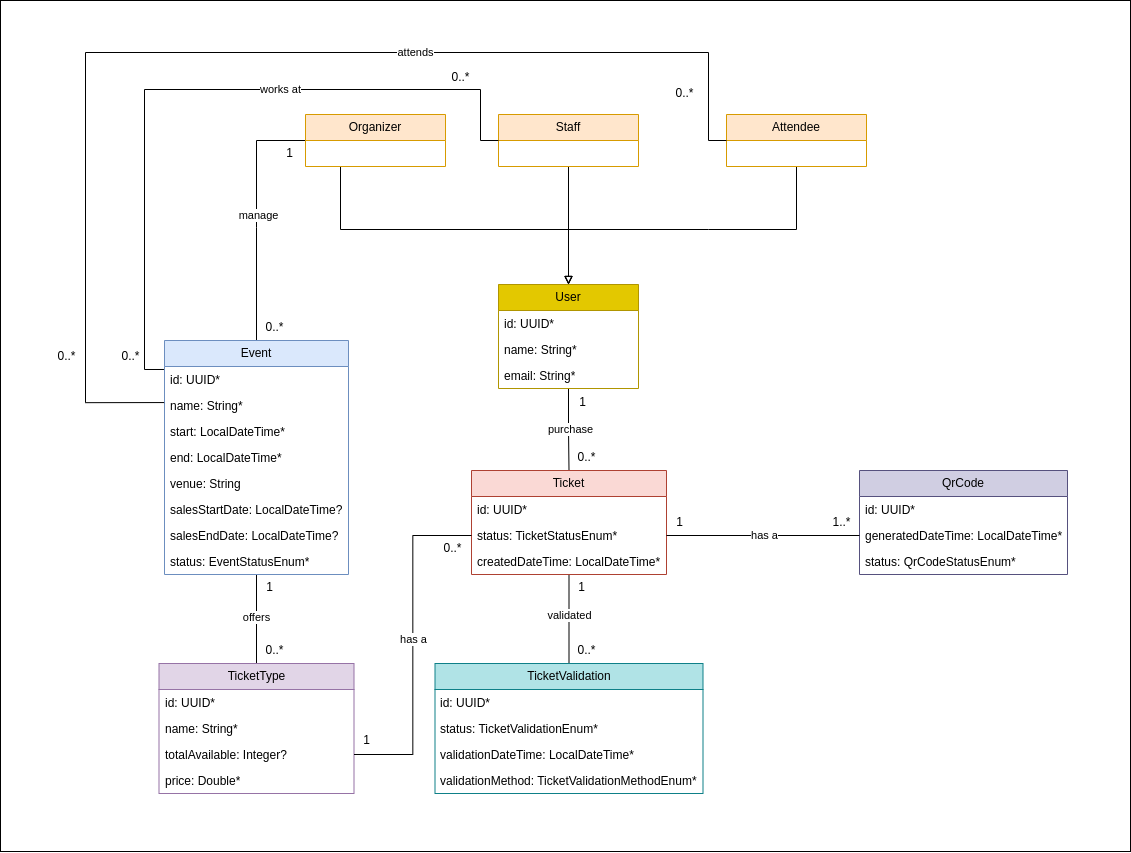
Earlier version of the draw.io export docs/images/class-diagram.png (RaidThabet/event-ticket-platform-backend). Source tidied: cells renumbered, new cells last; positions are measured from the earlier drawing's top-left corner, leaving out a move shared by most shapes.
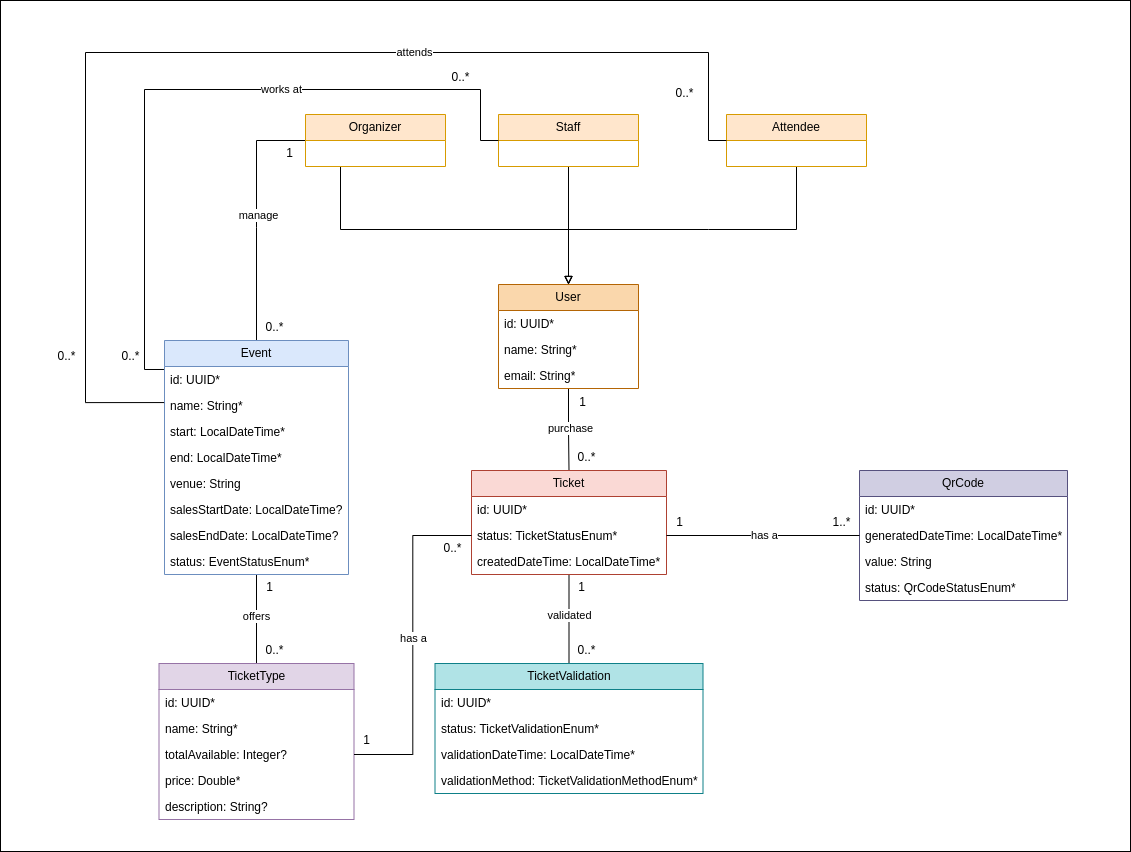
Above is the later version.

Commit message:
docs: add 'description' attribute to TicketType in the class diagram

Change to the diagram source:
```diff
@@ -2,13 +2,16 @@
   <root>
     <mxCell id="0" />
     <mxCell id="1" parent="0" />
+    <mxCell id="71" style="rounded=0;whiteSpace=wrap;html=1;fillColor=none;" parent="1" vertex="1">
+      <mxGeometry width="1130" height="851" as="geometry" />
+    </mxCell>
     <mxCell id="2" style="edgeStyle=orthogonalEdgeStyle;rounded=0;jettySize=auto;html=1;entryX=0.5;entryY=0;entryDx=0;entryDy=0;endArrow=none;startFill=0;" parent="1" edge="1" source="4" target="39">
       <mxGeometry relative="1" as="geometry" />
     </mxCell>
     <mxCell id="3" value="purchase" style="edgeLabel;html=1;align=center;verticalAlign=middle;" parent="2" vertex="1">
       <mxGeometry x="-0.04" y="1" relative="1" as="geometry" />
     </mxCell>
-    <mxCell id="4" value="User" style="swimlane;fontStyle=0;horizontal=1;startSize=26;fillColor=#e3c800;whiteSpace=wrap;html=1;labelBackgroundColor=none;rounded=0;fontColor=#000000;strokeColor=#B09500;" parent="1" vertex="1">
+    <mxCell id="4" value="User" style="swimlane;fontStyle=0;horizontal=1;startSize=26;fillColor=#fad7ac;whiteSpace=wrap;html=1;labelBackgroundColor=none;rounded=0;strokeColor=#b46504;" parent="1" vertex="1">
       <mxGeometry x="498" y="284" width="140" height="104" as="geometry" />
     </mxCell>
     <mxCell id="5" value="id: UUID*" style="text;strokeColor=none;fillColor=none;align=left;verticalAlign=top;spacingLeft=4;spacingRight=4;overflow=hidden;whiteSpace=wrap;html=1;labelBackgroundColor=none;rounded=0;" parent="4" vertex="1">
@@ -148,9 +151,9 @@
     <mxCell id="39" value="Ticket" style="swimlane;fontStyle=0;horizontal=1;startSize=26;fillColor=#fad9d5;whiteSpace=wrap;html=1;strokeColor=#ae4132;" parent="1" vertex="1">
       <mxGeometry x="471" y="470" width="195" height="104" as="geometry" />
     </mxCell>
-    <mxCell id="40" value="id: UUID*" style="text;strokeColor=none;fillColor=none;align=left;verticalAlign=top;spacingLeft=4;spacingRight=4;overflow=hidden;whiteSpace=wrap;html=1;" parent="39" vertex="1">
-      <mxGeometry y="26" width="195" height="26" as="geometry" />
-    </mxCell>
+    <mxCell id="72" value="id: UUID*" style="text;strokeColor=none;fillColor=none;align=left;verticalAlign=top;spacingLeft=4;spacingRight=4;overflow=hidden;whiteSpace=wrap;html=1;" parent="39" vertex="1">
+      <mxGeometry y="26" width="195" height="26" as="geometry" />
+    </mxCell>
     <mxCell id="41" value="status: TicketStatusEnum*" style="text;strokeColor=none;fillColor=none;align=left;verticalAlign=top;spacingLeft=4;spacingRight=4;overflow=hidden;points=[[0,0.5],[1,0.5]];portConstraint=eastwest;whiteSpace=wrap;html=1;" parent="39" vertex="1">
       <mxGeometry y="52" width="195" height="26" as="geometry" />
     </mxCell>
@@ -158,11 +161,11 @@
       <mxGeometry y="78" width="195" height="26" as="geometry" />
     </mxCell>
     <mxCell id="43" value="TicketType" style="swimlane;fontStyle=0;horizontal=1;startSize=26;fillColor=#e1d5e7;whiteSpace=wrap;html=1;strokeColor=#9673a6;" parent="1" vertex="1">
-      <mxGeometry x="158.5" y="663" width="195" height="130" as="geometry" />
+      <mxGeometry x="158.5" y="663" width="195" height="156" as="geometry" />
     </mxCell>
-    <mxCell id="44" value="id: UUID*" style="text;strokeColor=none;fillColor=none;align=left;verticalAlign=top;spacingLeft=4;spacingRight=4;overflow=hidden;whiteSpace=wrap;html=1;" parent="43" vertex="1">
-      <mxGeometry y="26" width="195" height="26" as="geometry" />
-    </mxCell>
+    <mxCell id="73" value="id: UUID*" style="text;strokeColor=none;fillColor=none;align=left;verticalAlign=top;spacingLeft=4;spacingRight=4;overflow=hidden;whiteSpace=wrap;html=1;" parent="43" vertex="1">
+      <mxGeometry y="26" width="195" height="26" as="geometry" />
+    </mxCell>
     <mxCell id="45" value="name: String*" style="text;strokeColor=none;fillColor=none;align=left;verticalAlign=top;spacingLeft=4;spacingRight=4;overflow=hidden;whiteSpace=wrap;html=1;" parent="43" vertex="1">
       <mxGeometry y="52" width="195" height="26" as="geometry" />
     </mxCell>
@@ -172,6 +175,9 @@
     <mxCell id="47" value="price: Double*" style="text;strokeColor=none;fillColor=none;align=left;verticalAlign=top;spacingLeft=4;spacingRight=4;overflow=hidden;whiteSpace=wrap;html=1;" parent="43" vertex="1">
       <mxGeometry y="104" width="195" height="26" as="geometry" />
     </mxCell>
+    <mxCell id="74" value="description: String?" style="text;strokeColor=none;fillColor=none;align=left;verticalAlign=top;spacingLeft=4;spacingRight=4;overflow=hidden;whiteSpace=wrap;html=1;" parent="43" vertex="1">
+      <mxGeometry y="130" width="195" height="26" as="geometry" />
+    </mxCell>
     <mxCell id="48" value="0..*" style="text;html=1;align=center;verticalAlign=middle;strokeColor=none;fillColor=none;labelBackgroundColor=none;rounded=0;" parent="1" vertex="1">
       <mxGeometry x="568" y="444" width="36" height="26" as="geometry" />
     </mxCell>
@@ -181,9 +187,9 @@
     <mxCell id="50" style="edgeStyle=orthogonalEdgeStyle;rounded=0;jettySize=auto;html=1;entryX=0;entryY=0.5;entryDx=0;entryDy=0;endArrow=none;startFill=0;" parent="1" edge="1" source="46" target="41">
       <mxGeometry relative="1" as="geometry" />
     </mxCell>
-    <mxCell id="51" value="has a" style="edgeLabel;html=1;align=center;verticalAlign=middle;" parent="50" vertex="1">
-      <mxGeometry x="0.04" relative="1" as="geometry" />
-    </mxCell>
+    <mxCell id="75" value="has a" style="edgeLabel;html=1;align=center;verticalAlign=middle;" parent="50" vertex="1">
+      <mxGeometry x="0.04" relative="1" as="geometry" />
+    </mxCell>
     <mxCell id="52" value="1" style="text;html=1;align=center;verticalAlign=middle;strokeColor=none;fillColor=none;labelBackgroundColor=none;rounded=0;" parent="1" vertex="1">
       <mxGeometry x="353.5" y="727" width="25" height="26" as="geometry" />
     </mxCell>
@@ -197,7 +203,7 @@
       <mxGeometry x="256" y="574" width="25" height="26" as="geometry" />
     </mxCell>
     <mxCell id="56" value="QrCode" style="swimlane;fontStyle=0;horizontal=1;startSize=26;fillColor=#d0cee2;whiteSpace=wrap;html=1;strokeColor=#56517e;" parent="1" vertex="1">
-      <mxGeometry x="859" y="470" width="208" height="104" as="geometry" />
+      <mxGeometry x="859" y="470" width="208" height="130" as="geometry" />
     </mxCell>
     <mxCell id="57" value="id: UUID*" style="text;strokeColor=none;fillColor=none;align=left;verticalAlign=top;spacingLeft=4;spacingRight=4;overflow=hidden;whiteSpace=wrap;html=1;" parent="56" vertex="1">
       <mxGeometry y="26" width="208" height="26" as="geometry" />
@@ -205,15 +211,18 @@
     <mxCell id="58" value="generatedDateTime: LocalDateTime*" style="text;strokeColor=none;fillColor=none;align=left;verticalAlign=top;spacingLeft=4;spacingRight=4;overflow=hidden;points=[[0,0.5],[1,0.5]];portConstraint=eastwest;whiteSpace=wrap;html=1;" parent="56" vertex="1">
       <mxGeometry y="52" width="208" height="26" as="geometry" />
     </mxCell>
+    <mxCell id="76" value="value: String" style="text;strokeColor=none;fillColor=none;align=left;verticalAlign=top;spacingLeft=4;spacingRight=4;overflow=hidden;whiteSpace=wrap;html=1;" parent="56" vertex="1">
+      <mxGeometry y="78" width="208" height="26" as="geometry" />
+    </mxCell>
     <mxCell id="59" value="status: QrCodeStatusEnum*" style="text;strokeColor=none;fillColor=none;align=left;verticalAlign=top;spacingLeft=4;spacingRight=4;overflow=hidden;whiteSpace=wrap;html=1;" parent="56" vertex="1">
-      <mxGeometry y="78" width="208" height="26" as="geometry" />
+      <mxGeometry y="104" width="208" height="26" as="geometry" />
     </mxCell>
     <mxCell id="60" style="edgeStyle=orthogonalEdgeStyle;rounded=0;jettySize=auto;html=1;entryX=0;entryY=0.5;entryDx=0;entryDy=0;endArrow=none;startFill=0;" parent="1" edge="1" source="41" target="58">
       <mxGeometry relative="1" as="geometry" />
     </mxCell>
-    <mxCell id="61" value="has a" style="edgeLabel;html=1;align=center;verticalAlign=middle;" parent="60" vertex="1">
-      <mxGeometry y="1" relative="1" as="geometry" />
-    </mxCell>
+    <mxCell id="77" value="has a" style="edgeLabel;html=1;align=center;verticalAlign=middle;" parent="60" vertex="1">
+      <mxGeometry y="1" relative="1" as="geometry" />
+    </mxCell>
     <mxCell id="62" value="1..*" style="text;html=1;align=center;verticalAlign=middle;strokeColor=none;fillColor=none;labelBackgroundColor=none;rounded=0;" parent="1" vertex="1">
       <mxGeometry x="823" y="509" width="36" height="26" as="geometry" />
     </mxCell>
@@ -241,8 +250,5 @@
     <mxCell id="70" value="0..*" style="text;html=1;align=center;verticalAlign=middle;strokeColor=none;fillColor=none;labelBackgroundColor=none;rounded=0;" parent="1" vertex="1">
       <mxGeometry x="568" y="637" width="36" height="26" as="geometry" />
     </mxCell>
-    <mxCell id="71" style="rounded=0;whiteSpace=wrap;html=1;fillColor=none;" parent="1" vertex="1">
-      <mxGeometry width="1130" height="851" as="geometry" />
-    </mxCell>
   </root>
 </mxGraphModel>
```
